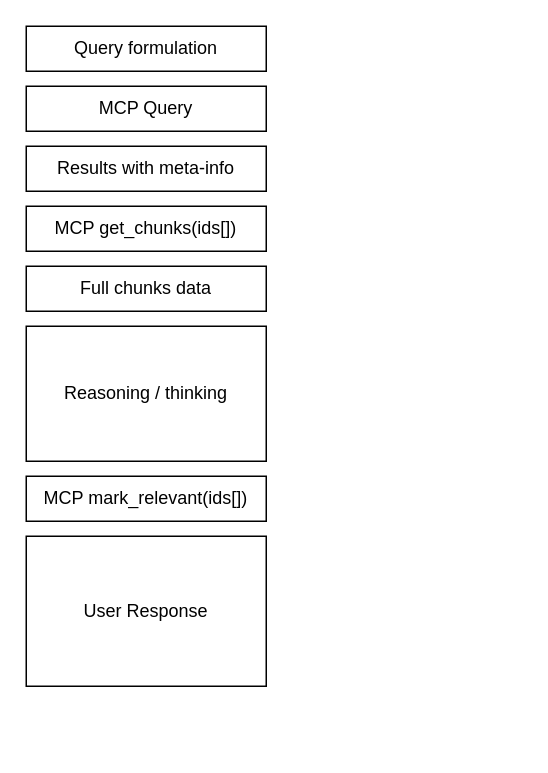
Before: docs/agent-diagram.drawio in joel-solymosi/cortex, a draw.io diagram. Source tidied: cells renumbered, new cells numbered last; positions are measured from the earlier drawing's top-left corner, leaving out a move shared by most shapes. Both pictures are drawn from the tidied source at 150%, with x=0, y=0 at pixel (26, 26).
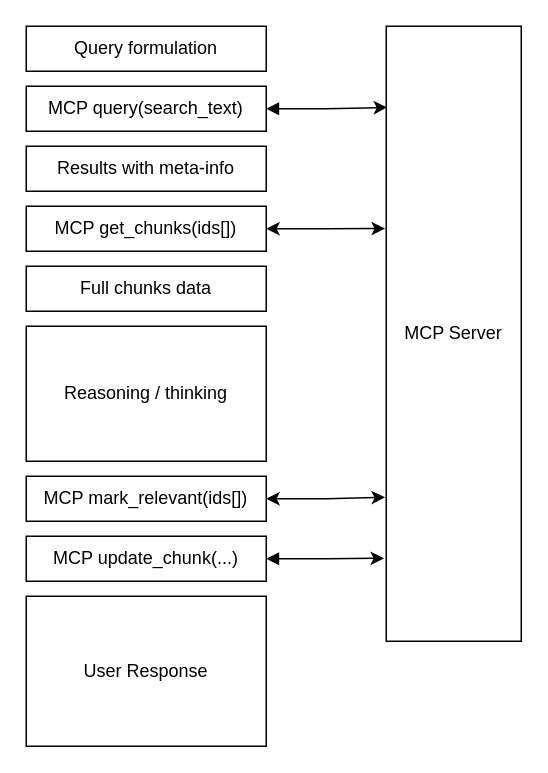
The same diagram, later.

What changed in the source:
```diff
@@
 <mxGraphModel>
   <root>
     <mxCell id="0" />
     <mxCell id="1" parent="0" />
     <mxCell id="2" value="Query formulation" style="whiteSpace=wrap;html=1;" parent="1" vertex="1">
       <mxGeometry width="160" height="30" as="geometry" />
     </mxCell>
-    <mxCell id="3" value="MCP Query" style="whiteSpace=wrap;html=1;" parent="1" vertex="1">
+    <mxCell id="3" value="MCP query(search_text)" style="whiteSpace=wrap;html=1;" parent="1" vertex="1">
       <mxGeometry y="40" width="160" height="30" as="geometry" />
     </mxCell>
     <mxCell id="4" value="Results with meta-info" style="whiteSpace=wrap;html=1;" parent="1" vertex="1">
       <mxGeometry y="80" width="160" height="30" as="geometry" />
     </mxCell>
     <mxCell id="5" value="MCP get_chunks(ids[])" style="whiteSpace=wrap;html=1;" parent="1" vertex="1">
       <mxGeometry y="120" width="160" height="30" as="geometry" />
     </mxCell>
     <mxCell id="6" value="Full chunks data" style="whiteSpace=wrap;html=1;" parent="1" vertex="1">
       <mxGeometry y="160" width="160" height="30" as="geometry" />
     </mxCell>
     <mxCell id="7" value="Reasoning / thinking" style="whiteSpace=wrap;html=1;" parent="1" vertex="1">
       <mxGeometry y="200" width="160" height="90" as="geometry" />
     </mxCell>
     <mxCell id="8" value="MCP mark_relevant(ids[])" style="whiteSpace=wrap;html=1;" parent="1" vertex="1">
       <mxGeometry y="300" width="160" height="30" as="geometry" />
     </mxCell>
     <mxCell id="9" value="User Response" style="whiteSpace=wrap;html=1;" parent="1" vertex="1">
-      <mxGeometry y="340" width="160" height="100" as="geometry" />
+      <mxGeometry y="380" width="160" height="100" as="geometry" />
     </mxCell>
+    <mxCell id="10" value="MCP Server" style="whiteSpace=wrap;html=1;" parent="1" vertex="1">
+      <mxGeometry x="240" width="90" height="410" as="geometry" />
+    </mxCell>
+    <mxCell id="11" style="edgeStyle=orthogonalEdgeStyle;rounded=0;jettySize=auto;html=1;exitX=1;exitY=0.5;exitDx=0;exitDy=0;entryX=0.007;entryY=0.132;entryDx=0;entryDy=0;entryPerimeter=0;startArrow=block;startFill=1;" parent="1" edge="1" source="3" target="10">
+      <mxGeometry relative="1" as="geometry" />
+    </mxCell>
+    <mxCell id="12" style="edgeStyle=orthogonalEdgeStyle;rounded=0;jettySize=auto;html=1;exitX=1;exitY=0.5;exitDx=0;exitDy=0;entryX=-0.009;entryY=0.329;entryDx=0;entryDy=0;entryPerimeter=0;startArrow=classic;startFill=1;" parent="1" edge="1" source="5" target="10">
+      <mxGeometry relative="1" as="geometry" />
+    </mxCell>
+    <mxCell id="13" value="MCP update_chunk(...)" style="whiteSpace=wrap;html=1;" parent="1" vertex="1">
+      <mxGeometry y="340" width="160" height="30" as="geometry" />
+    </mxCell>
+    <mxCell id="14" style="edgeStyle=orthogonalEdgeStyle;rounded=0;jettySize=auto;html=1;exitX=1;exitY=0.5;exitDx=0;exitDy=0;entryX=-0.009;entryY=0.766;entryDx=0;entryDy=0;entryPerimeter=0;startArrow=classic;startFill=1;" parent="1" edge="1" source="8" target="10">
+      <mxGeometry relative="1" as="geometry" />
+    </mxCell>
+    <mxCell id="15" style="edgeStyle=orthogonalEdgeStyle;rounded=0;jettySize=auto;html=1;exitX=1;exitY=0.5;exitDx=0;exitDy=0;entryX=-0.016;entryY=0.865;entryDx=0;entryDy=0;entryPerimeter=0;startArrow=block;startFill=1;" parent="1" edge="1" source="13" target="10">
+      <mxGeometry relative="1" as="geometry" />
+    </mxCell>
   </root>
 </mxGraphModel>
```
